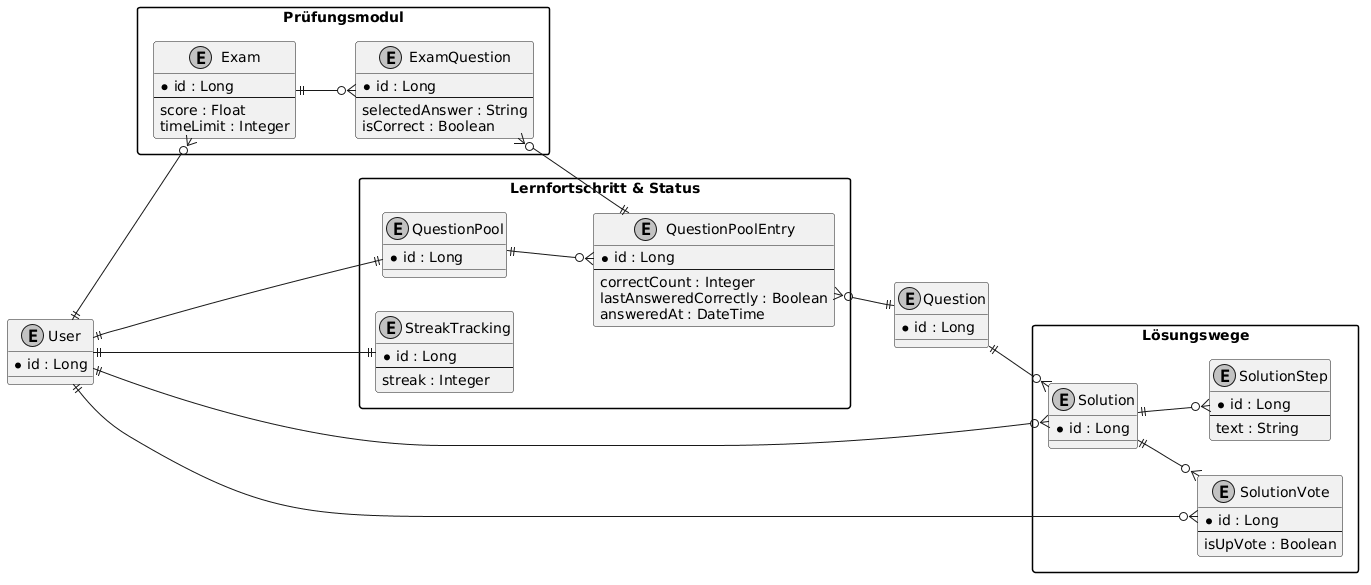
Before: sections/chapters/03-umsetzung/images/datamodel.png, a diagram exported from PlantUML (LearnHubDipl/thesis-matura-trainer).
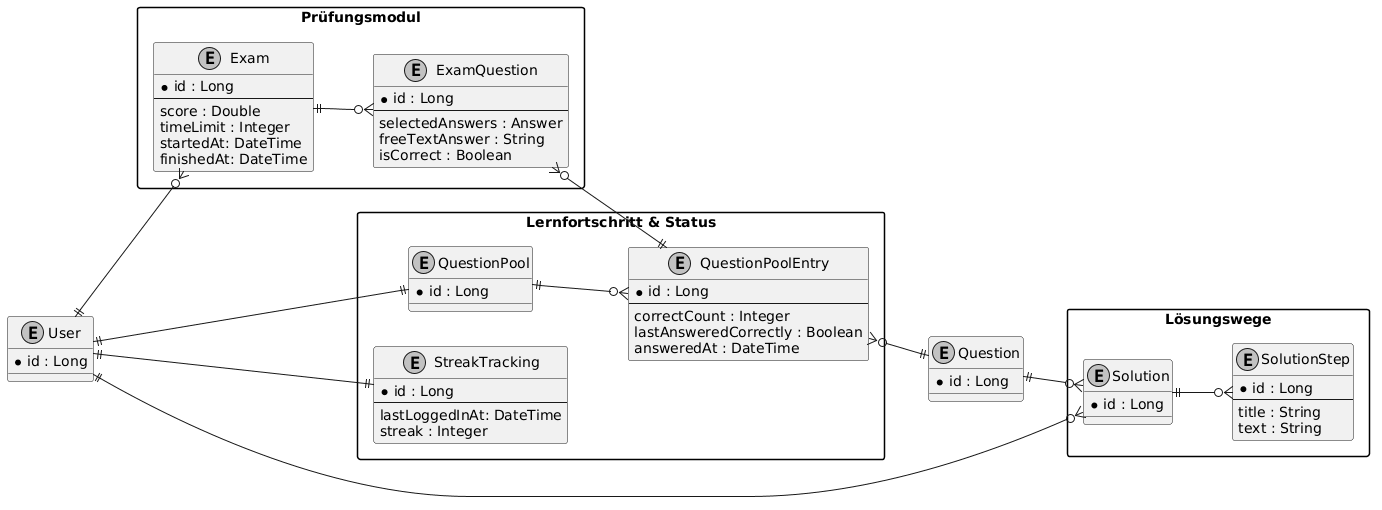
After the change.

The edit, as a diff of the source:
```diff
@@ -28,6 +28,7 @@
   entity StreakTracking {
     * id : Long
     --
+    lastLoggedInAt: DateTime
     streak : Integer
   }
 }
@@ -36,14 +37,17 @@
   entity Exam {
     * id : Long
     --
-    score : Float
+    score : Double
     timeLimit : Integer
+    startedAt: DateTime
+    finishedAt: DateTime
   }
 
   entity ExamQuestion {
     * id : Long
     --
-    selectedAnswer : String
+    selectedAnswers : Answer
+    freeTextAnswer : String
     isCorrect : Boolean
   }
 }
@@ -55,12 +59,8 @@
   entity SolutionStep {
     * id : Long
     --
+    title : String
     text : String
-  }
-  entity SolutionVote {
-    * id : Long
-    --
-    isUpVote : Boolean
   }
 }
 
@@ -69,7 +69,6 @@
 User ||--|| StreakTracking
 User ||--o{ Exam
 User ||--o{ Solution
-User ||--o{ SolutionVote
 
 QuestionPool ||--o{ QuestionPoolEntry
 QuestionPoolEntry }o--|| Question
@@ -79,5 +78,4 @@
 
 Question ||--o{ Solution
 Solution ||--o{ SolutionStep
-Solution ||--o{ SolutionVote
 @enduml
```
